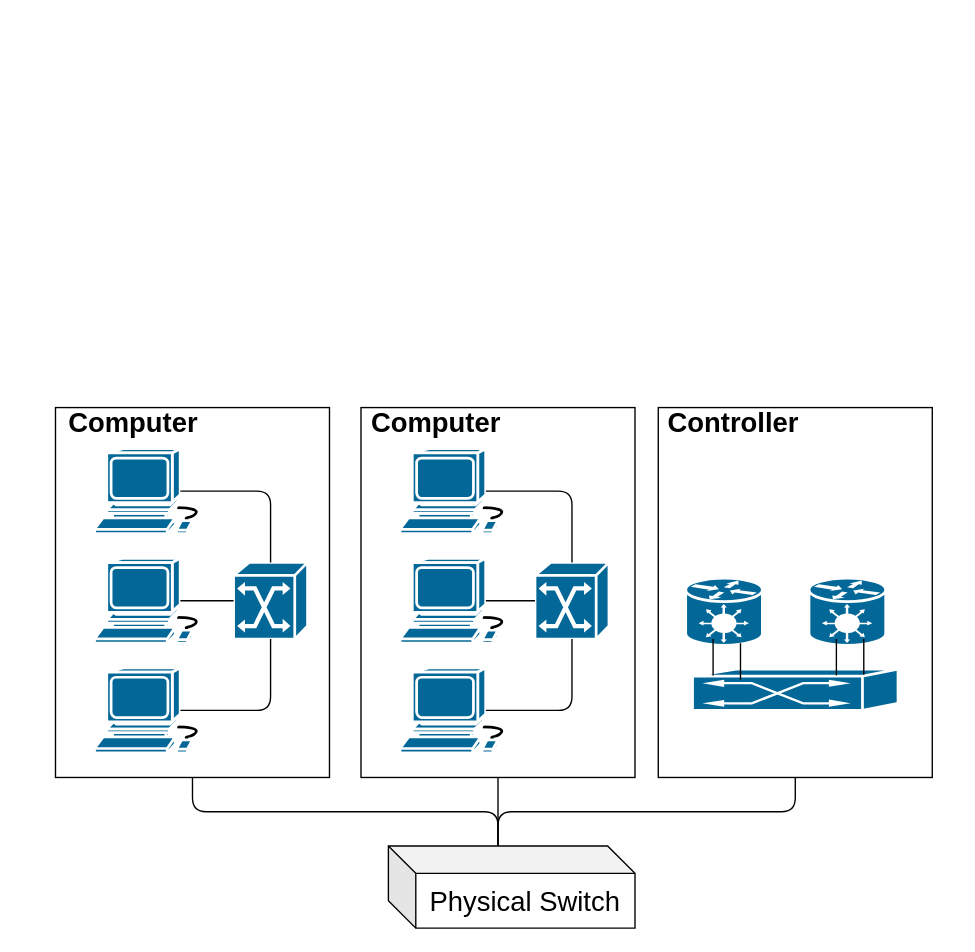
Icarus1994/neutron_conf keeps this draw.io diagram as Openstack Frame.drawio. Above is the earlier version. Source tidied: cells renumbered, new cells numbered last; positions are measured from the earlier drawing's top-left corner, leaving out a move shared by most shapes. Both pictures are drawn from the tidied source at 137%, with x=0, y=0 at pixel (55, 407).
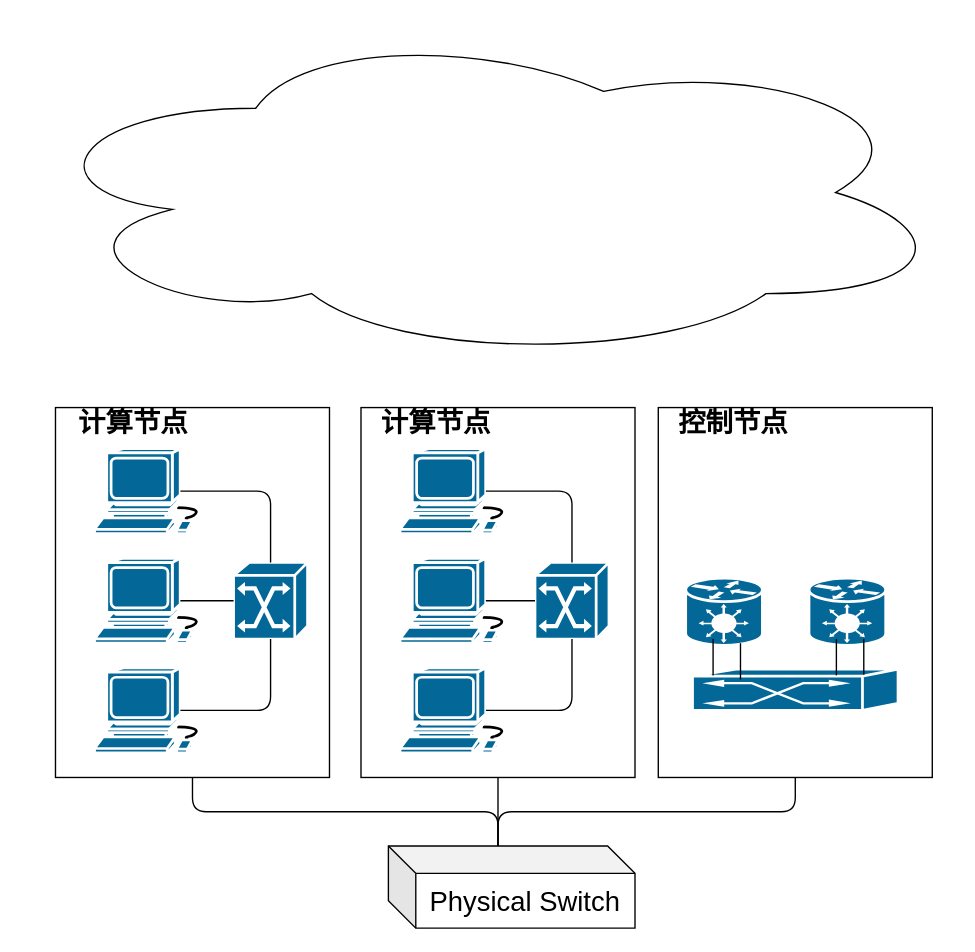
The same diagram, later.

What changed in the source:
```diff
@@
-    <mxCell id="26" value="&lt;b&gt;&lt;font style=&quot;font-size: 20px&quot;&gt;Computer&lt;/font&gt;&lt;/b&gt;" style="text;html=1;strokeColor=none;fillColor=none;align=center;verticalAlign=middle;whiteSpace=wrap;rounded=0;" parent="1" vertex="1">
+    <mxCell id="26" value="&lt;b&gt;&lt;font style=&quot;font-size: 20px&quot;&gt;计算节点&lt;/font&gt;&lt;/b&gt;" style="text;html=1;strokeColor=none;fillColor=none;align=center;verticalAlign=middle;whiteSpace=wrap;rounded=0;" parent="1" vertex="1">
       <mxGeometry x="1.5" width="110" height="20" as="geometry" />
     </mxCell>
-    <mxCell id="27" value="&lt;b&gt;&lt;font style=&quot;font-size: 20px&quot;&gt;Computer&lt;/font&gt;&lt;/b&gt;" style="text;html=1;strokeColor=none;fillColor=none;align=center;verticalAlign=middle;whiteSpace=wrap;rounded=0;" parent="1" vertex="1">
+    <mxCell id="27" value="&lt;b&gt;&lt;font style=&quot;font-size: 20px&quot;&gt;计算节点&lt;/font&gt;&lt;/b&gt;" style="text;html=1;strokeColor=none;fillColor=none;align=center;verticalAlign=middle;whiteSpace=wrap;rounded=0;" parent="1" vertex="1">
       <mxGeometry x="223" width="110" height="20" as="geometry" />
     </mxCell>
-    <mxCell id="28" value="&lt;b&gt;&lt;font style=&quot;font-size: 20px&quot;&gt;Controller&lt;/font&gt;&lt;/b&gt;" style="text;html=1;strokeColor=none;fillColor=none;align=center;verticalAlign=middle;whiteSpace=wrap;rounded=0;" parent="1" vertex="1">
+    <mxCell id="28" value="&lt;b&gt;&lt;font style=&quot;font-size: 20px&quot;&gt;控制节点&lt;/font&gt;&lt;/b&gt;" style="text;html=1;strokeColor=none;fillColor=none;align=center;verticalAlign=middle;whiteSpace=wrap;rounded=0;" parent="1" vertex="1">
       <mxGeometry x="440" width="110" height="20" as="geometry" />
     </mxCell>
@@
+    <mxCell id="33" style="ellipse;shape=cloud;whiteSpace=wrap;html=1;" parent="1" vertex="1">
+      <mxGeometry x="-23" y="-280" width="677" height="246" as="geometry" />
+    </mxCell>
```
